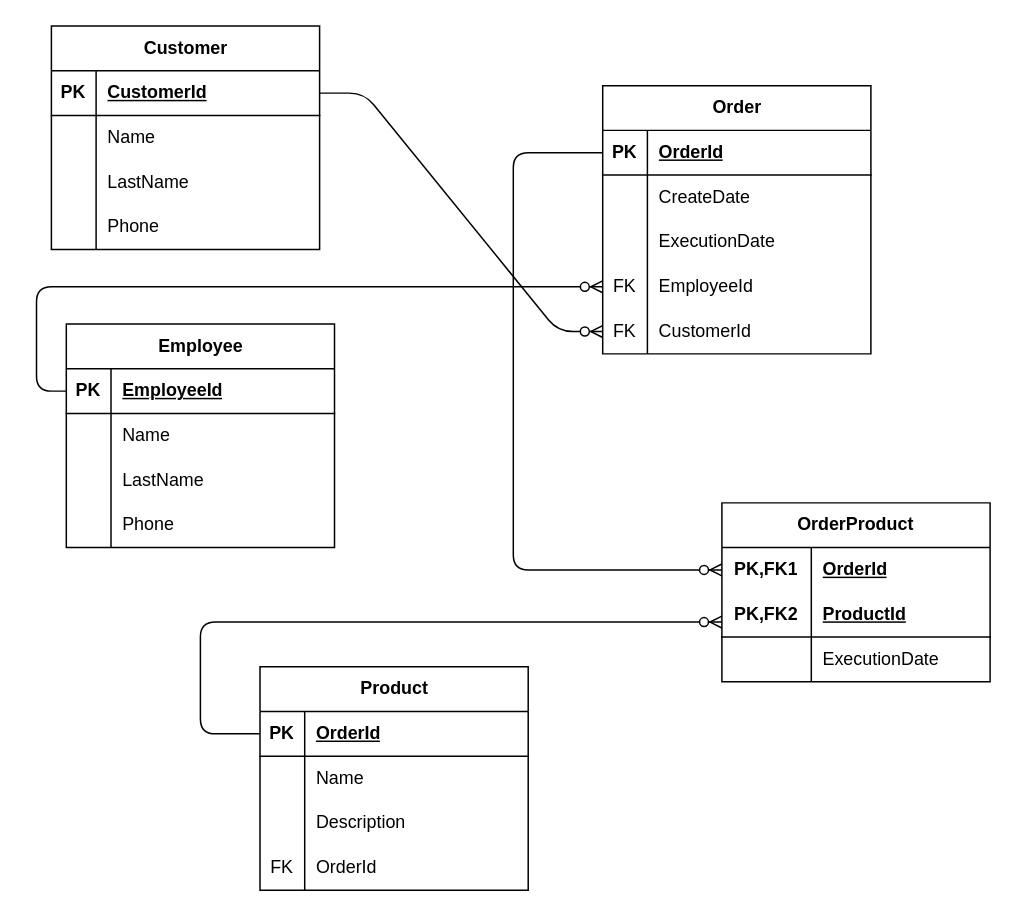
Before: Lessons/Tasks/PL 1.6(241,242,243)/ERD_Crow's Foot Notation_Information Engineering  IE.drawio in atemchenko/DatabaseDescipline, a draw.io diagram. Source tidied: cells renumbered, new cells numbered last; positions are measured from the earlier drawing's top-left corner, leaving out a move shared by most shapes. Both pictures are drawn from the tidied source at 149%, with x=0, y=0 at pixel (36, 25).
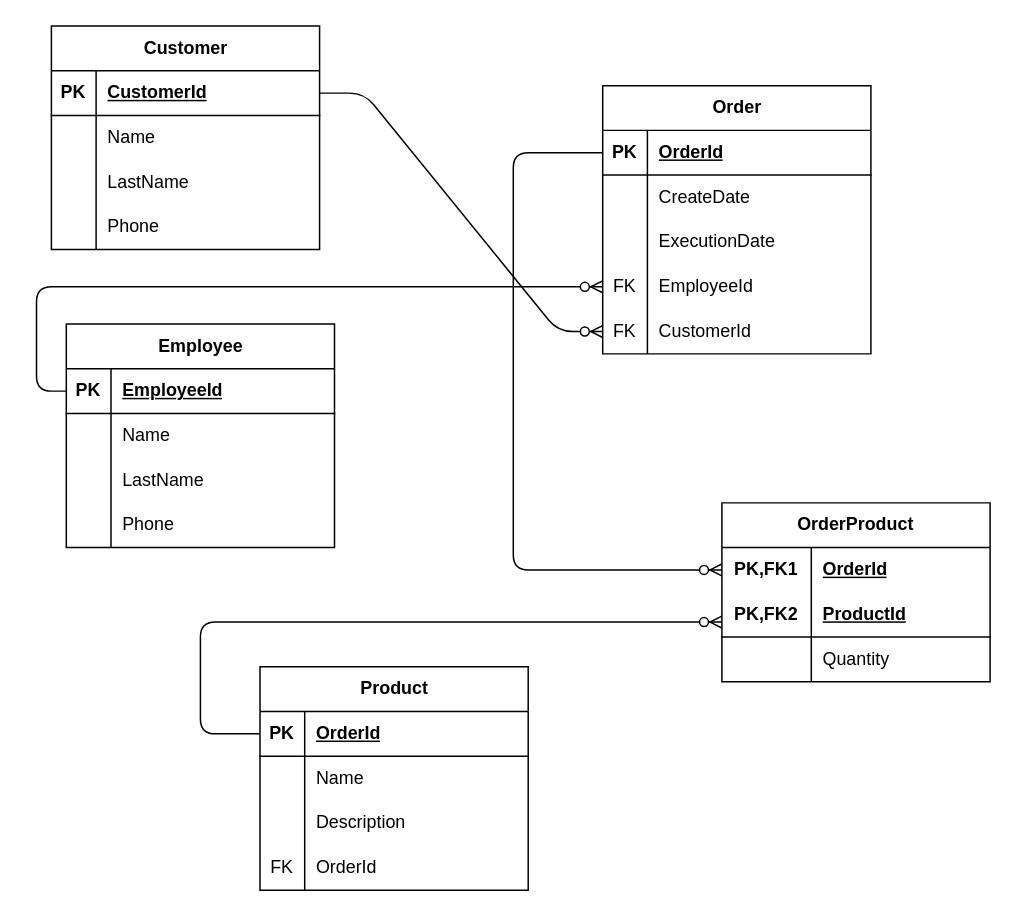
Above is the later version.

Commit message (it also covers changes not shown here):
fixed md with pizza store task

The change refers to these unchanged cells:
```xml
<mxCell id="68" style="shape=tableRow;horizontal=0;startSize=0;swimlaneHead=0;swimlaneBody=0;fillColor=none;top=0;left=0;right=0;bottom=0;html=1;" parent="61" vertex="1">
  <mxGeometry y="90" width="180" height="30" as="geometry" />
</mxCell>
```

What changed in the source:
```diff
@@
-    <mxCell id="70" value="ExecutionDate" style="shape=partialRectangle;fillColor=none;top=0;left=0;bottom=0;right=0;align=left;spacingLeft=6;overflow=hidden;html=1;whiteSpace=wrap;" parent="68" vertex="1">
+    <mxCell id="70" value="Quantity" style="shape=partialRectangle;fillColor=none;top=0;left=0;bottom=0;right=0;align=left;spacingLeft=6;overflow=hidden;html=1;whiteSpace=wrap;" parent="68" vertex="1">
       <mxGeometry x="60" width="120" height="30" as="geometry" />
     </mxCell>
```
